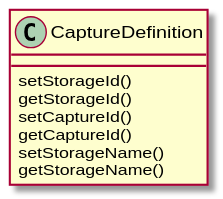
Nefarious46/cfe_18 keeps this PlantUML diagram as docs/doxygen_docs/doxygen/inline_umlgraph_6.svg. Above is the earlier version.
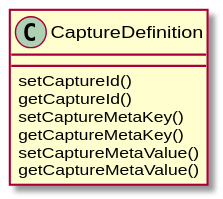
Later version of the same file.

Change to the diagram source:
```diff
@@ -1,10 +1,10 @@
 @startuml inline_umlgraph_6.svg
 class CaptureDefinition{
-    setStorageId()
-    getStorageId()
     setCaptureId()
     getCaptureId()
-    setStorageName()
-    getStorageName()
+    setCaptureMetaKey()
+    getCaptureMetaKey()
+    setCaptureMetaValue()
+    getCaptureMetaValue()
 }
 @enduml
```
